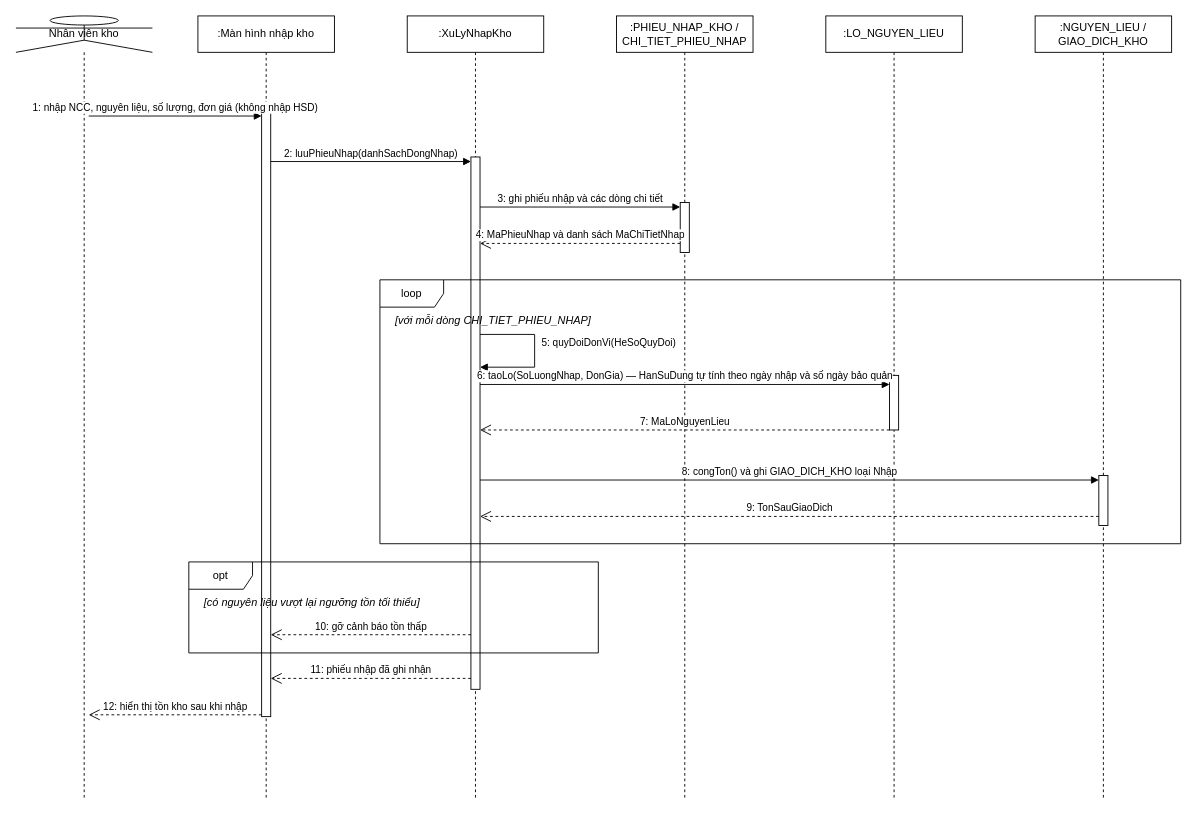
Before: page "SD-04. Nhập kho và tạo lô nguyên liệu" (5 of 6) of docs/SequenceDiagram_HeThongQuanLyNhaHang.drawio in nminhzzz/restaurant-management-ai, a draw.io diagram. Source tidied: cells renumbered, new cells numbered last; positions are measured from the earlier drawing's top-left corner, leaving out a move shared by most shapes. Both pictures are drawn from the tidied source at 91%, with x=0, y=0 at pixel (15, 15).
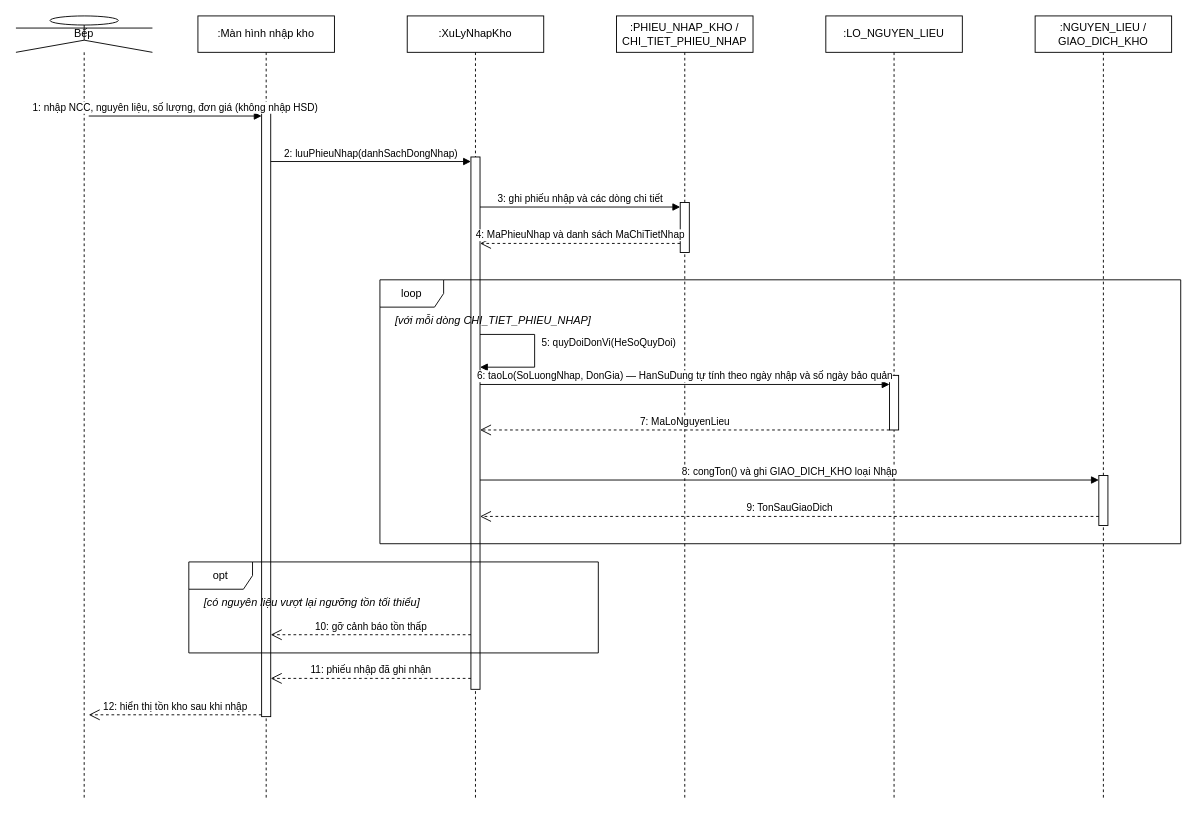
The same diagram, later.

The edit, as a diff of the source:
```diff
@@
-    <mxCell id="2" value="Nhân viên kho" style="shape=umlLifeline;perimeter=lifelinePerimeter;whiteSpace=wrap;html=1;size=40;participant=umlActor;" parent="1" vertex="1">
+    <mxCell id="2" value="Bếp" style="shape=umlLifeline;perimeter=lifelinePerimeter;whiteSpace=wrap;html=1;size=40;participant=umlActor;" parent="1" vertex="1">
       <mxGeometry width="150" height="860" as="geometry" />
     </mxCell>
```
